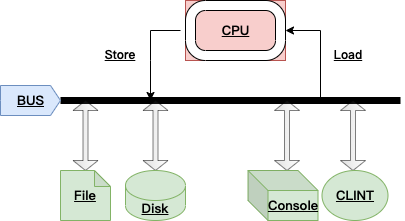
txd0213/xmu-template keeps this draw.io diagram as figures/CPUarch.drawio.png. Above is the earlier version. Source tidied: cells renumbered, new cells last; positions are measured from the earlier drawing's top-left corner, leaving out a move shared by most shapes. Source of this version:
```xml
<mxGraphModel>
  <root>
    <mxCell id="0" />
    <mxCell id="1" parent="0" />
    <mxCell id="2" style="endArrow=none;html=1;rounded=1;strokeWidth=7;fontFamily=Lucida Console;fontSize=13;fontStyle=5;" parent="1" edge="1" source="7">
      <mxGeometry relative="1" as="geometry">
        <mxPoint x="400" y="100" as="targetPoint" />
      </mxGeometry>
    </mxCell>
    <mxCell id="3" style="group;fillColor=#f8cecc;strokeColor=#b85450;fontFamily=Lucida Console;fontSize=13;fontStyle=5;" parent="1" vertex="1">
      <mxGeometry x="185" width="100" height="60" as="geometry" />
    </mxCell>
    <mxCell id="4" style="verticalLabelPosition=bottom;verticalAlign=top;html=1;shape=mxgraph.basic.rounded_frame;dx=10;whiteSpace=wrap;fontFamily=Lucida Console;fontSize=13;fontStyle=5;" parent="3" vertex="1">
      <mxGeometry width="100" height="60" as="geometry" />
    </mxCell>
    <mxCell id="5" value="CPU" style="text;html=1;align=center;verticalAlign=middle;strokeColor=none;fillColor=none;fontFamily=Lucida Console;fontSize=13;fontStyle=5;" parent="3" vertex="1">
      <mxGeometry x="25" y="15" width="50" height="30" as="geometry" />
    </mxCell>
    <mxCell id="6" style="endArrow=none;html=1;rounded=0;fontFamily=Lucida Console;fontSize=13;fontStyle=5;" parent="1" edge="1" target="7">
      <mxGeometry relative="1" as="geometry">
        <mxPoint y="100" as="sourcePoint" />
      </mxGeometry>
    </mxCell>
    <mxCell id="7" value="BUS" style="html=1;shadow=0;dashed=0;align=center;verticalAlign=middle;shape=mxgraph.arrows2.arrow;dy=0;dx=10;notch=0;fillColor=#dae8fc;strokeColor=#6c8ebf;fontFamily=Lucida Console;fontSize=13;fontStyle=5;" parent="1" vertex="1">
      <mxGeometry y="85" width="60" height="30" as="geometry" />
    </mxCell>
    <mxCell id="8" style="html=1;shadow=0;align=center;verticalAlign=middle;shape=mxgraph.arrows2.twoWayArrow;dy=0.8;dx=10;rotation=90;strokeOpacity=83;fillOpacity=20;perimeterSpacing=0;gradientColor=default;strokeWidth=1;opacity=60;fontFamily=Lucida Console;fontSize=13;fontStyle=5;" parent="1" vertex="1">
      <mxGeometry x="50" y="122.5" width="70" height="25" as="geometry" />
    </mxCell>
    <mxCell id="9" style="html=1;shadow=0;align=center;verticalAlign=middle;shape=mxgraph.arrows2.twoWayArrow;dy=0.8;dx=10;rotation=90;strokeOpacity=83;fillOpacity=20;perimeterSpacing=0;gradientColor=default;strokeWidth=1;opacity=60;fontFamily=Lucida Console;fontSize=13;fontStyle=5;" parent="1" vertex="1">
      <mxGeometry x="251.5" y="122.5" width="70" height="25" as="geometry" />
    </mxCell>
    <mxCell id="10" style="html=1;shadow=0;align=center;verticalAlign=middle;shape=mxgraph.arrows2.twoWayArrow;dy=0.8;dx=10;rotation=90;strokeOpacity=83;fillOpacity=20;perimeterSpacing=0;gradientColor=default;strokeWidth=1;opacity=60;fontFamily=Lucida Console;fontSize=13;fontStyle=5;" parent="1" vertex="1">
      <mxGeometry x="317.5" y="122.5" width="70" height="25" as="geometry" />
    </mxCell>
    <mxCell id="11" style="html=1;shadow=0;align=center;verticalAlign=middle;shape=mxgraph.arrows2.twoWayArrow;dy=0.8;dx=10;rotation=90;strokeOpacity=83;fillOpacity=20;perimeterSpacing=0;gradientColor=default;strokeWidth=1;opacity=60;fontFamily=Lucida Console;fontSize=13;fontStyle=5;" parent="1" vertex="1">
      <mxGeometry x="120" y="122.5" width="70" height="25" as="geometry" />
    </mxCell>
    <mxCell id="12" value="Console" style="shape=cube;whiteSpace=wrap;html=1;boundedLbl=1;backgroundOutline=1;darkOpacity=0.05;darkOpacity2=0.1;fillColor=#d5e8d4;strokeColor=#82b366;fontFamily=Lucida Console;fontSize=13;fontStyle=5;" parent="1" vertex="1">
      <mxGeometry x="247.5" y="170" width="70" height="50" as="geometry" />
    </mxCell>
    <mxCell id="13" value="File" style="shape=note;whiteSpace=wrap;html=1;backgroundOutline=1;darkOpacity=0.05;size=16;fillColor=#d5e8d4;strokeColor=#82b366;fontFamily=Lucida Console;fontSize=13;fontStyle=5;" parent="1" vertex="1">
      <mxGeometry x="60" y="170" width="50" height="50" as="geometry" />
    </mxCell>
    <mxCell id="14" value="Disk" style="shape=cylinder3;whiteSpace=wrap;html=1;boundedLbl=1;backgroundOutline=1;size=15;fillColor=#d5e8d4;strokeColor=#82b366;fontFamily=Lucida Console;fontSize=13;fontStyle=5;" parent="1" vertex="1">
      <mxGeometry x="125" y="170" width="60" height="50" as="geometry" />
    </mxCell>
    <mxCell id="15" value="CLINT" style="ellipse;whiteSpace=wrap;html=1;fillColor=#d5e8d4;strokeColor=#82b366;fontFamily=Lucida Console;fontSize=13;fontStyle=5;" parent="1" vertex="1">
      <mxGeometry x="321.5" y="170" width="66" height="50" as="geometry" />
    </mxCell>
    <mxCell id="16" value="Store" style="text;html=1;strokeColor=none;fillColor=none;align=center;verticalAlign=middle;whiteSpace=wrap;rounded=0;fontFamily=Lucida Console;fontStyle=5;" parent="1" vertex="1">
      <mxGeometry x="90" y="40" width="60" height="30" as="geometry" />
    </mxCell>
    <mxCell id="17" style="endArrow=classic;html=1;rounded=0;fontFamily=Lucida Console;fontStyle=5;" parent="1" edge="1">
      <mxGeometry relative="1" as="geometry">
        <mxPoint x="180" y="30" as="sourcePoint" />
        <mxPoint x="150" y="100" as="targetPoint" />
        <Array as="points">
          <mxPoint x="150" y="30" />
          <mxPoint x="150" y="60" />
        </Array>
      </mxGeometry>
    </mxCell>
    <mxCell id="18" style="endArrow=classic;html=1;rounded=0;entryX=1;entryY=0.5;entryDx=0;entryDy=0;entryPerimeter=0;fontFamily=Lucida Console;fontStyle=5;" parent="1" edge="1" target="4">
      <mxGeometry relative="1" as="geometry">
        <mxPoint x="320" y="100" as="sourcePoint" />
        <Array as="points">
          <mxPoint x="320" y="30" />
        </Array>
      </mxGeometry>
    </mxCell>
    <mxCell id="19" value="Load" style="text;html=1;strokeColor=none;fillColor=none;align=center;verticalAlign=middle;whiteSpace=wrap;rounded=0;fontFamily=Lucida Console;fontStyle=5;" parent="1" vertex="1">
      <mxGeometry x="317.5" y="40" width="60" height="30" as="geometry" />
    </mxCell>
  </root>
</mxGraphModel>
```
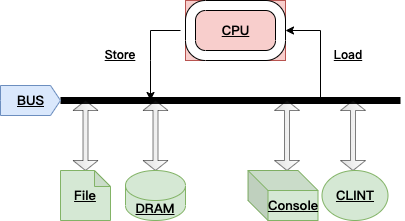
Above is the later version.

The edit, as a diff of the source:
```diff
@@ -42,7 +42,7 @@
     <mxCell id="13" value="File" style="shape=note;whiteSpace=wrap;html=1;backgroundOutline=1;darkOpacity=0.05;size=16;fillColor=#d5e8d4;strokeColor=#82b366;fontFamily=Lucida Console;fontSize=13;fontStyle=5;" parent="1" vertex="1">
       <mxGeometry x="60" y="170" width="50" height="50" as="geometry" />
     </mxCell>
-    <mxCell id="14" value="Disk" style="shape=cylinder3;whiteSpace=wrap;html=1;boundedLbl=1;backgroundOutline=1;size=15;fillColor=#d5e8d4;strokeColor=#82b366;fontFamily=Lucida Console;fontSize=13;fontStyle=5;" parent="1" vertex="1">
+    <mxCell id="14" value="DRAM" style="shape=cylinder3;whiteSpace=wrap;html=1;boundedLbl=1;backgroundOutline=1;size=15;fillColor=#d5e8d4;strokeColor=#82b366;fontFamily=Lucida Console;fontSize=13;fontStyle=5;" parent="1" vertex="1">
       <mxGeometry x="125" y="170" width="60" height="50" as="geometry" />
     </mxCell>
     <mxCell id="15" value="CLINT" style="ellipse;whiteSpace=wrap;html=1;fillColor=#d5e8d4;strokeColor=#82b366;fontFamily=Lucida Console;fontSize=13;fontStyle=5;" parent="1" vertex="1">
```
